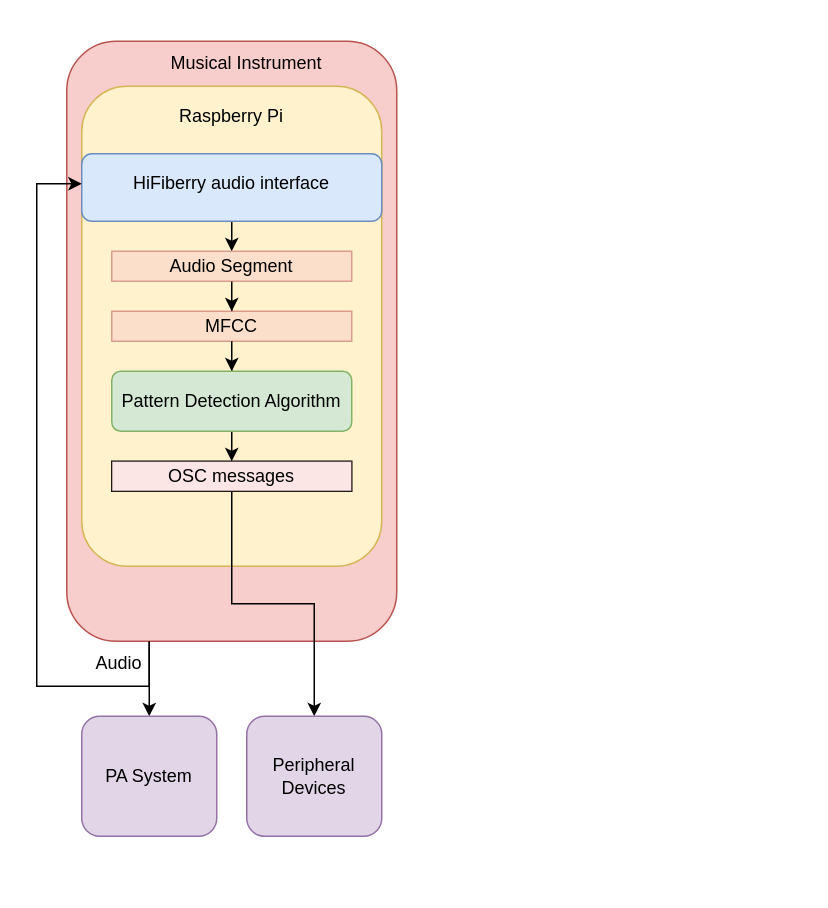
Before: thms_block.drawio in ns2max/drawio_figures, a draw.io diagram. Source tidied: cells renumbered, new cells numbered last; positions are measured from the earlier drawing's top-left corner, leaving out a move shared by most shapes. Both pictures are drawn from the tidied source at 150%, with x=0, y=0 at pixel (36, 40).
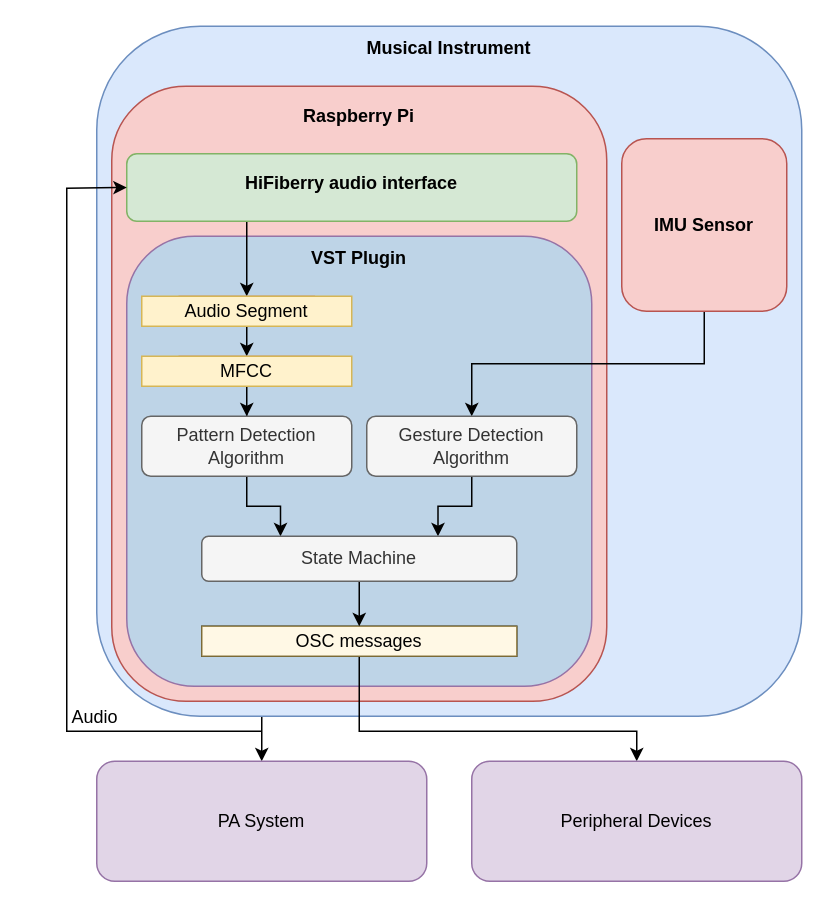
After the change.

Change to the diagram source:
```diff
@@
     <mxCell id="2" style="edgeStyle=orthogonalEdgeStyle;rounded=0;jettySize=auto;html=1;exitX=0.25;exitY=1;exitDx=0;exitDy=0;entryX=0.5;entryY=0;entryDx=0;entryDy=0;" parent="1" edge="1" source="3" target="10">
-      <mxGeometry relative="1" as="geometry" />
+      <mxGeometry relative="1" as="geometry">
+        <Array as="points">
+          <mxPoint x="157" y="420" />
+          <mxPoint x="150" y="420" />
+        </Array>
+      </mxGeometry>
     </mxCell>
-    <mxCell id="3" style="rounded=1;whiteSpace=wrap;html=1;fillColor=#f8cecc;strokeColor=#b85450;" parent="1" vertex="1">
-      <mxGeometry x="20" width="220" height="400" as="geometry" />
+    <mxCell id="3" style="rounded=1;whiteSpace=wrap;html=1;fillColor=#dae8fc;strokeColor=#6c8ebf;" parent="1" vertex="1">
+      <mxGeometry x="40" y="-10" width="470" height="460" as="geometry" />
     </mxCell>
-    <mxCell id="4" value="Musical Instrument" style="text;html=1;align=center;verticalAlign=middle;whiteSpace=wrap;rounded=0;" parent="1" vertex="1">
-      <mxGeometry x="80" width="120" height="30" as="geometry" />
+    <mxCell id="4" value="&lt;b&gt;Musical Instrument&lt;/b&gt;" style="text;html=1;align=center;verticalAlign=middle;whiteSpace=wrap;rounded=0;" parent="1" vertex="1">
+      <mxGeometry x="40" y="-10" width="470" height="30" as="geometry" />
     </mxCell>
-    <mxCell id="5" style="rounded=1;whiteSpace=wrap;html=1;fillColor=#fff2cc;strokeColor=#d6b656;" parent="1" vertex="1">
-      <mxGeometry x="30" y="30" width="200" height="320" as="geometry" />
+    <mxCell id="5" style="rounded=1;whiteSpace=wrap;html=1;fillColor=#f8cecc;strokeColor=#b85450;" parent="1" vertex="1">
+      <mxGeometry x="50" y="30" width="330" height="410" as="geometry" />
     </mxCell>
+    <mxCell id="25" style="rounded=1;whiteSpace=wrap;html=1;fillColor=#BED4E7;strokeColor=#9673a6;" parent="1" vertex="1">
+      <mxGeometry x="60" y="130" width="310" height="300" as="geometry" />
+    </mxCell>
-    <mxCell id="6" value="Raspberry Pi" style="text;html=1;align=center;verticalAlign=middle;whiteSpace=wrap;rounded=0;" parent="1" vertex="1">
-      <mxGeometry x="85" y="40" width="90" height="20" as="geometry" />
+    <mxCell id="6" value="&lt;b&gt;Raspberry Pi&lt;/b&gt;" style="text;html=1;align=center;verticalAlign=middle;whiteSpace=wrap;rounded=0;" parent="1" vertex="1">
+      <mxGeometry x="50" y="40" width="330" height="20" as="geometry" />
     </mxCell>
     <mxCell id="7" style="edgeStyle=orthogonalEdgeStyle;rounded=0;jettySize=auto;html=1;entryX=0.5;entryY=0;entryDx=0;entryDy=0;exitX=0.5;exitY=1;exitDx=0;exitDy=0;" parent="1" edge="1" source="8" target="13">
       <mxGeometry relative="1" as="geometry">
         <Array as="points">
-          <mxPoint x="130" y="130" />
-          <mxPoint x="130" y="130" />
+          <mxPoint x="140" y="120" />
+          <mxPoint x="140" y="160" />
         </Array>
       </mxGeometry>
     </mxCell>
-    <mxCell id="8" style="rounded=1;whiteSpace=wrap;html=1;fillColor=#dae8fc;strokeColor=#6c8ebf;" parent="1" vertex="1">
-      <mxGeometry x="30" y="75" width="200" height="45" as="geometry" />
+    <mxCell id="8" style="rounded=1;whiteSpace=wrap;html=1;fillColor=#d5e8d4;strokeColor=#82b366;" parent="1" vertex="1">
+      <mxGeometry x="60" y="75" width="300" height="45" as="geometry" />
     </mxCell>
-    <mxCell id="9" value="HiFiberry audio interface" style="text;html=1;align=center;verticalAlign=middle;whiteSpace=wrap;rounded=0;" parent="1" vertex="1">
-      <mxGeometry x="30" y="80" width="200" height="30" as="geometry" />
+    <mxCell id="9" value="&lt;b&gt;HiFiberry audio interface&lt;/b&gt;" style="text;html=1;align=center;verticalAlign=middle;whiteSpace=wrap;rounded=0;" parent="1" vertex="1">
+      <mxGeometry x="60" y="80" width="300" height="30" as="geometry" />
     </mxCell>
     <mxCell id="10" value="PA System" style="rounded=1;whiteSpace=wrap;html=1;fillColor=#e1d5e7;strokeColor=#9673a6;" parent="1" vertex="1">
-      <mxGeometry x="30" y="450" width="90" height="80" as="geometry" />
+      <mxGeometry x="40" y="480" width="220" height="80" as="geometry" />
     </mxCell>
     <mxCell id="11" style="edgeStyle=orthogonalEdgeStyle;rounded=0;jettySize=auto;html=1;entryX=0.5;entryY=0;entryDx=0;entryDy=0;" parent="1" edge="1" source="12" target="19">
-      <mxGeometry relative="1" as="geometry" />
+      <mxGeometry relative="1" as="geometry">
+        <Array as="points">
+          <mxPoint x="140" y="200" />
+          <mxPoint x="140" y="200" />
+        </Array>
+      </mxGeometry>
     </mxCell>
     <mxCell id="12" style="rounded=0;whiteSpace=wrap;html=1;fillColor=#f8cecc;strokeColor=#b85450;opacity=50;" parent="1" vertex="1">
-      <mxGeometry x="50" y="140" width="160" height="20" as="geometry" />
+      <mxGeometry x="95" y="170" width="90" height="20" as="geometry" />
     </mxCell>
-    <mxCell id="13" value="Audio Segment" style="text;html=1;align=center;verticalAlign=middle;whiteSpace=wrap;rounded=0;" parent="1" vertex="1">
-      <mxGeometry x="50" y="140" width="160" height="20" as="geometry" />
+    <mxCell id="13" value="Audio Segment" style="text;html=1;align=center;verticalAlign=middle;whiteSpace=wrap;rounded=0;fillColor=#fff2cc;strokeColor=#d6b656;" parent="1" vertex="1">
+      <mxGeometry x="70" y="170" width="140" height="20" as="geometry" />
     </mxCell>
     <mxCell id="14" style="rounded=0;whiteSpace=wrap;html=1;" parent="1" vertex="1">
-      <mxGeometry x="50" y="280" width="160" height="20" as="geometry" />
+      <mxGeometry x="110" y="390" width="210" height="20" as="geometry" />
     </mxCell>
-    <mxCell id="15" style="edgeStyle=orthogonalEdgeStyle;rounded=0;jettySize=auto;html=1;" parent="1" edge="1" source="16" target="22">
-      <mxGeometry relative="1" as="geometry" />
+    <mxCell id="15" style="edgeStyle=orthogonalEdgeStyle;rounded=0;jettySize=auto;html=1;exitX=0.5;exitY=1;exitDx=0;exitDy=0;entryX=0.5;entryY=0;entryDx=0;entryDy=0;" parent="1" edge="1" source="16" target="22">
+      <mxGeometry relative="1" as="geometry">
+        <Array as="points">
+          <mxPoint x="215" y="460" />
+          <mxPoint x="400" y="460" />
+        </Array>
+      </mxGeometry>
     </mxCell>
-    <mxCell id="16" value="OSC messages" style="text;html=1;align=center;verticalAlign=middle;whiteSpace=wrap;rounded=0;fillColor=#f8cecc;strokeColor=none;opacity=50;" parent="1" vertex="1">
-      <mxGeometry x="50" y="280" width="160" height="20" as="geometry" />
+    <mxCell id="16" value="OSC messages" style="text;html=1;align=center;verticalAlign=middle;whiteSpace=wrap;rounded=0;fillColor=#fff2cc;strokeColor=#d6b656;opacity=50;" parent="1" vertex="1">
+      <mxGeometry x="110" y="390" width="210" height="20" as="geometry" />
     </mxCell>
     <mxCell id="17" style="rounded=0;whiteSpace=wrap;html=1;fillColor=#f8cecc;strokeColor=#b85450;opacity=50;" parent="1" vertex="1">
-      <mxGeometry x="50" y="180" width="160" height="20" as="geometry" />
+      <mxGeometry x="95" y="210" width="100" height="20" as="geometry" />
     </mxCell>
@@
-    <mxCell id="19" value="MFCC" style="text;html=1;align=center;verticalAlign=middle;whiteSpace=wrap;rounded=0;" parent="1" vertex="1">
-      <mxGeometry x="50" y="180" width="160" height="20" as="geometry" />
+    <mxCell id="19" value="MFCC" style="text;html=1;align=center;verticalAlign=middle;whiteSpace=wrap;rounded=0;fillColor=#fff2cc;strokeColor=#d6b656;" parent="1" vertex="1">
+      <mxGeometry x="70" y="210" width="140" height="20" as="geometry" />
     </mxCell>
-    <mxCell id="20" style="edgeStyle=orthogonalEdgeStyle;rounded=0;jettySize=auto;html=1;entryX=0.5;entryY=0;entryDx=0;entryDy=0;" parent="1" edge="1" source="21" target="16">
-      <mxGeometry relative="1" as="geometry">
-        <Array as="points">
-          <mxPoint x="130" y="270" />
-          <mxPoint x="130" y="270" />
-        </Array>
-      </mxGeometry>
-    </mxCell>
+    <mxCell id="26" style="edgeStyle=orthogonalEdgeStyle;rounded=0;jettySize=auto;html=1;exitX=0.5;exitY=1;exitDx=0;exitDy=0;entryX=0.25;entryY=0;entryDx=0;entryDy=0;" parent="1" edge="1" source="21" target="34">
+      <mxGeometry relative="1" as="geometry" />
+    </mxCell>
-    <mxCell id="21" value="Pattern Detection Algorithm" style="rounded=1;whiteSpace=wrap;html=1;fillColor=#d5e8d4;strokeColor=#82b366;" parent="1" vertex="1">
-      <mxGeometry x="50" y="220" width="160" height="40" as="geometry" />
+    <mxCell id="21" value="Pattern Detection Algorithm" style="rounded=1;whiteSpace=wrap;html=1;fillColor=#f5f5f5;fontColor=#333333;strokeColor=#666666;" parent="1" vertex="1">
+      <mxGeometry x="70" y="250" width="140" height="40" as="geometry" />
     </mxCell>
     <mxCell id="22" value="Peripheral Devices" style="rounded=1;whiteSpace=wrap;html=1;fillColor=#e1d5e7;strokeColor=#9673a6;" parent="1" vertex="1">
-      <mxGeometry x="140" y="450" width="90" height="80" as="geometry" />
+      <mxGeometry x="290" y="480" width="220" height="80" as="geometry" />
     </mxCell>
-    <mxCell id="23" style="endArrow=classic;html=1;rounded=0;entryX=0;entryY=0.5;entryDx=0;entryDy=0;exitX=0.25;exitY=1;exitDx=0;exitDy=0;" parent="1" edge="1" source="3" target="9">
-      <mxGeometry relative="1" as="geometry">
-        <Array as="points">
-          <mxPoint x="75" y="430" />
-          <mxPoint y="430" />
-          <mxPoint y="95" />
-        </Array>
-      </mxGeometry>
-    </mxCell>
     <mxCell id="24" value="Audio" style="text;html=1;align=center;verticalAlign=middle;whiteSpace=wrap;rounded=0;" parent="1" vertex="1">
-      <mxGeometry x="25" y="400" width="60" height="30" as="geometry" />
+      <mxGeometry x="9" y="436" width="60" height="30" as="geometry" />
     </mxCell>
+    <mxCell id="27" style="edgeStyle=orthogonalEdgeStyle;rounded=0;jettySize=auto;html=1;exitX=0.5;exitY=1;exitDx=0;exitDy=0;" parent="1" edge="1" source="28" target="31">
+      <mxGeometry relative="1" as="geometry" />
+    </mxCell>
+    <mxCell id="28" value="&lt;b&gt;IMU Sensor&lt;/b&gt;" style="rounded=1;whiteSpace=wrap;html=1;fillColor=#f8cecc;strokeColor=#b85450;perimeterSpacing=0;" parent="1" vertex="1">
+      <mxGeometry x="390" y="65" width="110" height="115" as="geometry" />
+    </mxCell>
+    <mxCell id="29" value="&lt;b&gt;VST Plugin&lt;/b&gt;" style="text;html=1;align=center;verticalAlign=middle;whiteSpace=wrap;rounded=0;" parent="1" vertex="1">
+      <mxGeometry x="60" y="130" width="310" height="30" as="geometry" />
+    </mxCell>
+    <mxCell id="30" style="edgeStyle=orthogonalEdgeStyle;rounded=0;jettySize=auto;html=1;exitX=0.5;exitY=1;exitDx=0;exitDy=0;entryX=0.75;entryY=0;entryDx=0;entryDy=0;" parent="1" edge="1" source="31" target="34">
+      <mxGeometry relative="1" as="geometry" />
+    </mxCell>
+    <mxCell id="31" value="Gesture Detection Algorithm" style="rounded=1;whiteSpace=wrap;html=1;fillColor=#f5f5f5;fontColor=#333333;strokeColor=#666666;" parent="1" vertex="1">
+      <mxGeometry x="220" y="250" width="140" height="40" as="geometry" />
+    </mxCell>
+    <mxCell id="32" style="endArrow=classic;html=1;rounded=0;entryX=0;entryY=0.5;entryDx=0;entryDy=0;" parent="1" edge="1" target="8">
+      <mxGeometry relative="1" as="geometry">
+        <mxPoint x="150" y="460" as="sourcePoint" />
+        <Array as="points">
+          <mxPoint x="20" y="460" />
+          <mxPoint x="20" y="98" />
+        </Array>
+      </mxGeometry>
+    </mxCell>
+    <mxCell id="33" style="edgeStyle=orthogonalEdgeStyle;rounded=0;jettySize=auto;html=1;exitX=0.5;exitY=1;exitDx=0;exitDy=0;entryX=0.5;entryY=0;entryDx=0;entryDy=0;" parent="1" edge="1" source="34" target="16">
+      <mxGeometry relative="1" as="geometry" />
+    </mxCell>
+    <mxCell id="34" value="State Machine" style="rounded=1;whiteSpace=wrap;html=1;fillColor=#f5f5f5;fontColor=#333333;strokeColor=#666666;" parent="1" vertex="1">
+      <mxGeometry x="110" y="330" width="210" height="30" as="geometry" />
+    </mxCell>
```
